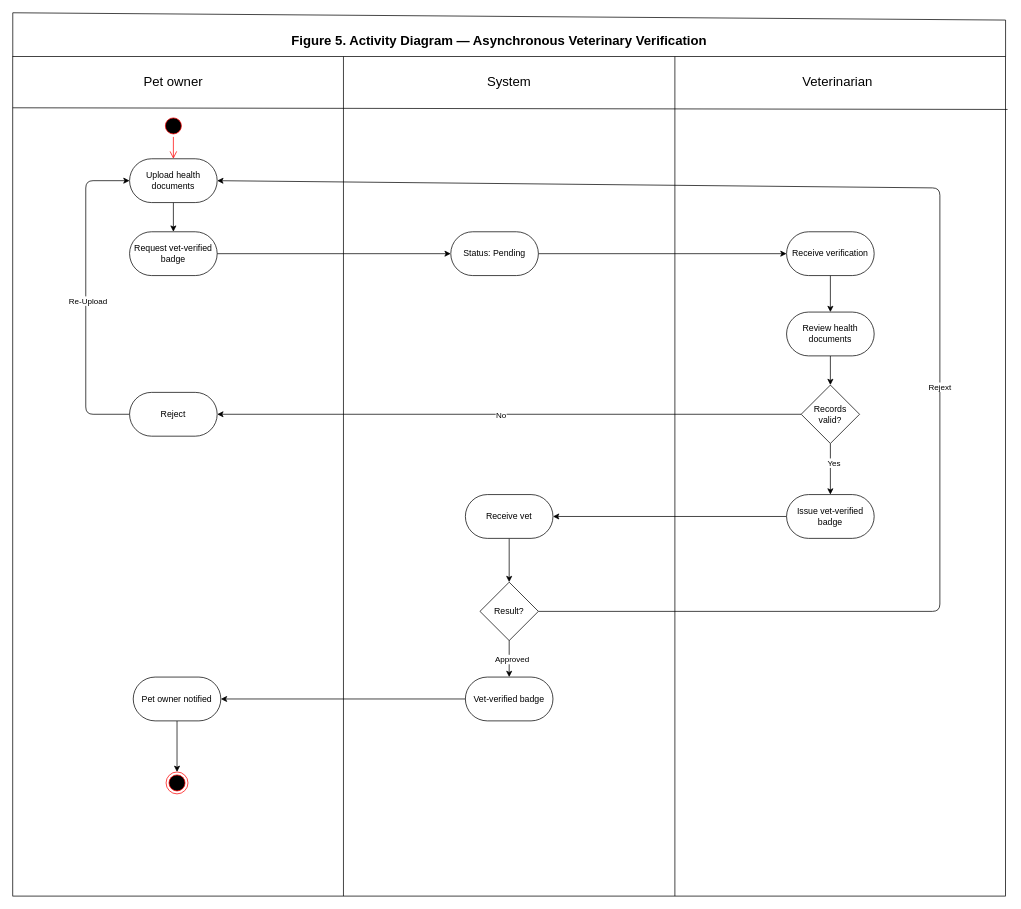
The draw.io diagram ActivityDiagram_Figure5_USALLA.drawio in Chels013/Breedr-Diagrams, before the edit. Source tidied: cells renumbered, new cells numbered last; positions are measured from the earlier drawing's top-left corner, leaving out a move shared by most shapes. Both pictures are drawn from the tidied source at 73%, with x=0, y=0 at pixel (12, 12).
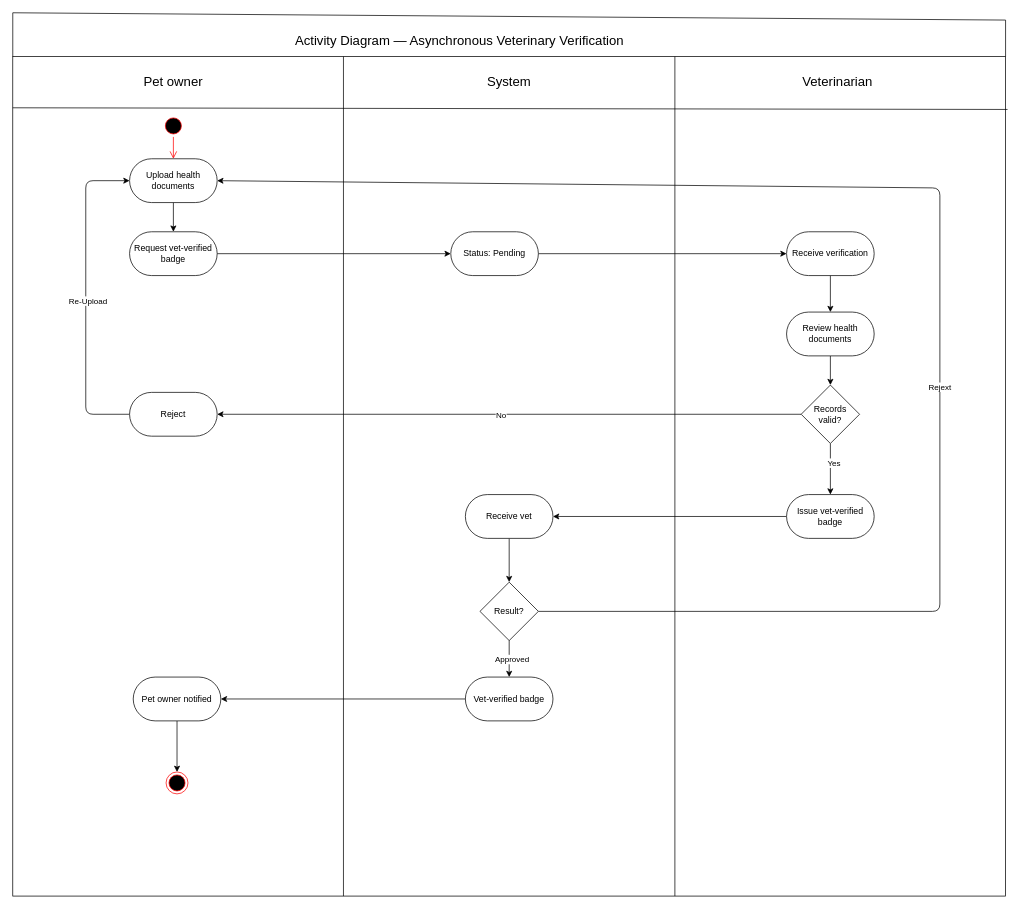
After the change.

Commit message (it also covers changes not shown here):
Renaming Activity Diagrams

The edit, as a diff of the source:
```diff
@@
-    <mxCell id="41" value="&lt;p&gt;&lt;font style=&quot;font-size: 18px;&quot;&gt;&lt;b style=&quot;&quot;&gt;Figure 5. Activity Diagram — Asynchronous Veterinary Verification&amp;nbsp;&lt;/b&gt;&lt;/font&gt;&lt;/p&gt;" style="text;whiteSpace=wrap;html=1;" parent="1" vertex="1">
+    <mxCell id="41" value="&lt;p&gt;&lt;font style=&quot;font-size: 18px;&quot;&gt;&amp;nbsp;Activity Diagram — Asynchronous Veterinary Verification&amp;nbsp;&lt;/font&gt;&lt;/p&gt;" style="text;whiteSpace=wrap;html=1;" parent="1" vertex="1">
       <mxGeometry x="380" y="10" width="600" height="80" as="geometry" />
     </mxCell>
```
